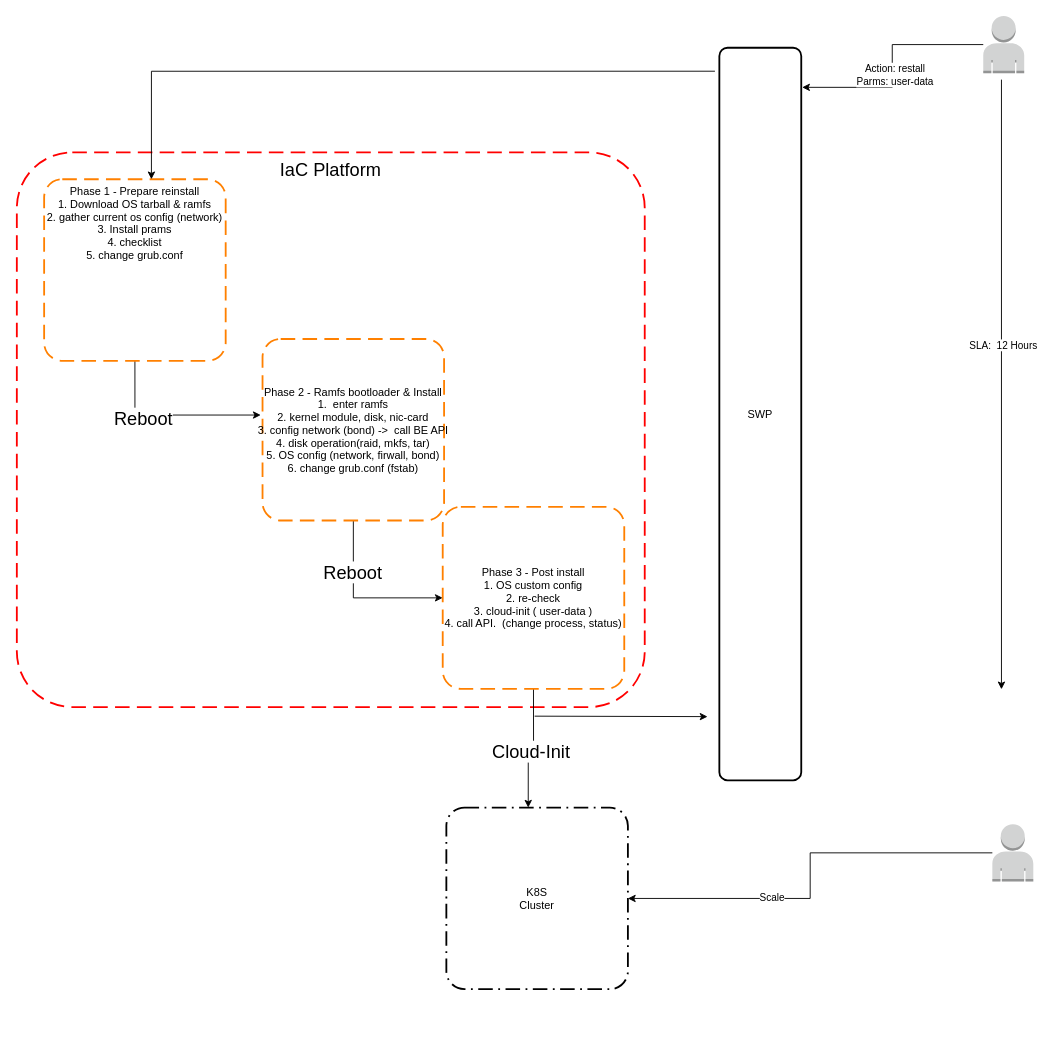
This is osinit-soft.drawio from airdb/drawio, a draw.io file, before an edit. Source tidied: cells renumbered, new cells numbered last; positions are measured from the earlier drawing's top-left corner, leaving out a move shared by most shapes. Both pictures are drawn from the tidied source at 91%, with x=0, y=0 at pixel (16, 15).
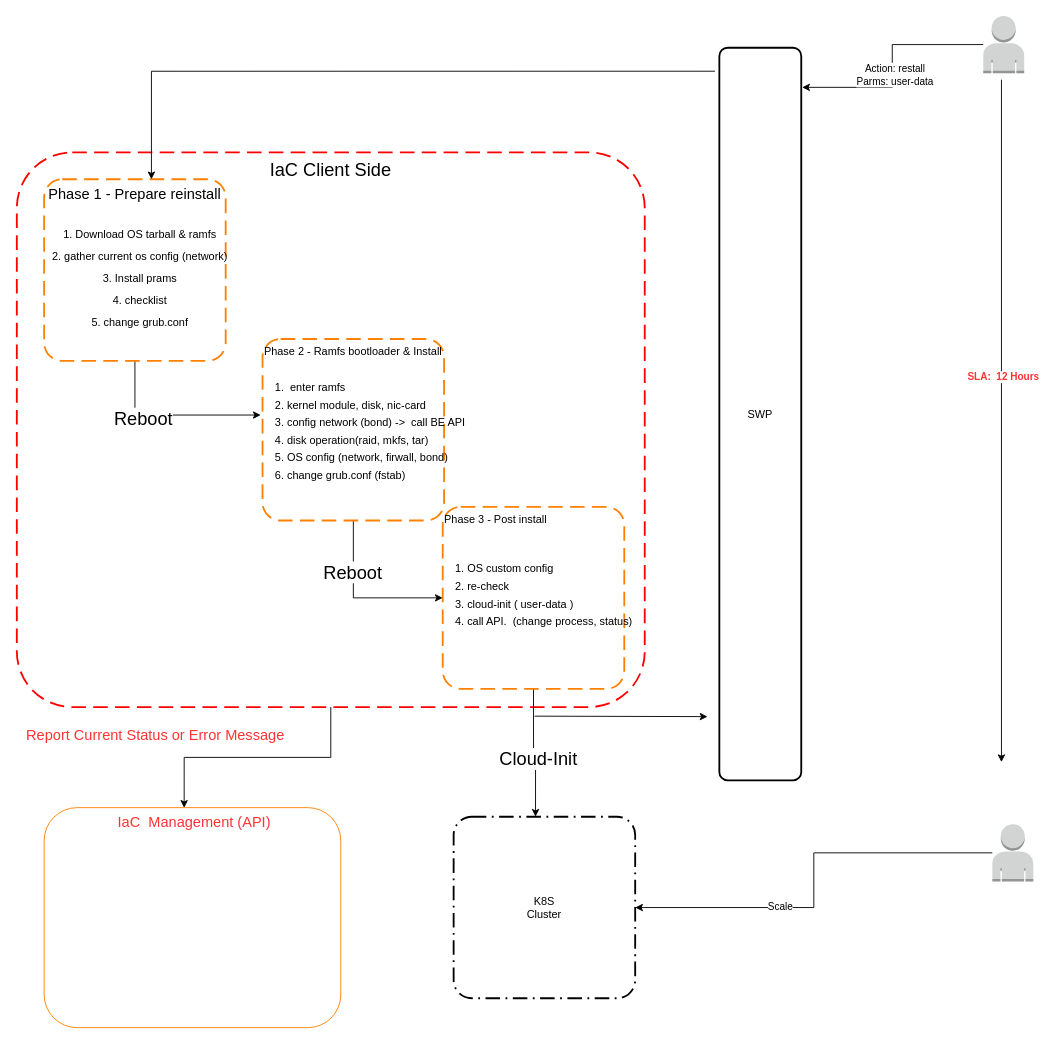
After the change.

Diff of the diagram source:
```diff
@@
+    <mxCell id="24" value="Report Current Status or Error Message" style="edgeStyle=orthogonalEdgeStyle;rounded=0;jettySize=auto;html=1;entryX=0.472;entryY=0.001;entryDx=0;entryDy=0;entryPerimeter=0;fontSize=16;fontColor=#FF3333;" parent="1" edge="1" source="2" target="28">
+      <mxGeometry x="0.59" y="-40" relative="1" as="geometry">
+        <mxPoint x="8" y="-24" as="offset" />
+      </mxGeometry>
+    </mxCell>
-    <mxCell id="2" value="IaC Platform" style="rounded=1;arcSize=10;dashed=1;strokeColor=#ff0000;fillColor=none;gradientColor=none;dashPattern=8 4;strokeWidth=2;verticalAlign=top;fontSize=20;" parent="1" vertex="1">
+    <mxCell id="2" value="IaC Client Side" style="rounded=1;arcSize=10;dashed=1;strokeColor=#ff0000;fillColor=none;gradientColor=none;dashPattern=8 4;strokeWidth=2;verticalAlign=top;fontSize=20;" parent="1" vertex="1">
       <mxGeometry y="150" width="690" height="609.5" as="geometry" />
     </mxCell>
@@
-    <mxCell id="5" value="Phase 2 - Ramfs bootloader &amp; Install&#10;1.  enter ramfs&#10;2. kernel module, disk, nic-card&#10;3. config network (bond) -&gt;  call BE API&#10;4. disk operation(raid, mkfs, tar)&#10;5. OS config (network, firwall, bond)&#10;6. change grub.conf (fstab)" style="rounded=1;arcSize=10;dashed=1;strokeColor=#FF8000;fillColor=none;gradientColor=none;dashPattern=8 4;strokeWidth=2;" parent="1" vertex="1">
+    <mxCell id="5" value="Phase 2 - Ramfs bootloader &amp; Install&#10;" style="rounded=1;arcSize=10;dashed=1;strokeColor=#FF8000;fillColor=none;gradientColor=none;dashPattern=8 4;strokeWidth=2;verticalAlign=top;" parent="1" vertex="1">
       <mxGeometry x="270" y="355" width="199.5" height="199.5" as="geometry" />
     </mxCell>
@@
-    <mxCell id="8" value="Phase 1 - Prepare reinstall&#10;1. Download OS tarball &amp; ramfs&#10;2. gather current os config (network)&#10;3. Install prams&#10;4. checklist&#10;5. change grub.conf" style="rounded=1;arcSize=10;dashed=1;strokeColor=#FF8000;fillColor=none;gradientColor=none;dashPattern=8 4;strokeWidth=2;verticalAlign=top;" parent="1" vertex="1">
+    <mxCell id="8" value="Phase 1 - Prepare reinstall&#10;" style="rounded=1;arcSize=10;dashed=1;strokeColor=#FF8000;fillColor=none;gradientColor=none;dashPattern=8 4;strokeWidth=2;verticalAlign=top;fontSize=16;" parent="1" vertex="1">
       <mxGeometry x="30" y="179.5" width="199.5" height="199.5" as="geometry" />
     </mxCell>
@@
-    <mxCell id="11" value="Phase 3 - Post install&#10;1. OS custom config&#10;2. re-check&#10;3. cloud-init ( user-data )&#10;4. call API.  (change process, status)" style="rounded=1;arcSize=10;dashed=1;strokeColor=#FF8000;fillColor=none;gradientColor=none;dashPattern=8 4;strokeWidth=2;" parent="1" vertex="1">
+    <mxCell id="11" value="Phase 3 - Post install&#10;" style="rounded=1;arcSize=10;dashed=1;strokeColor=#FF8000;fillColor=none;gradientColor=none;dashPattern=8 4;strokeWidth=2;align=left;verticalAlign=top;" parent="1" vertex="1">
       <mxGeometry x="468" y="539.5" width="199.5" height="200" as="geometry" />
     </mxCell>
     <mxCell id="12" value="K8S&#10;Cluster" style="rounded=1;arcSize=10;dashed=1;fillColor=none;gradientColor=none;dashPattern=8 3 1 3;strokeWidth=2;" parent="1" vertex="1">
-      <mxGeometry x="472" y="870" width="199.5" height="199.5" as="geometry" />
+      <mxGeometry x="480" y="880" width="199.5" height="199.5" as="geometry" />
     </mxCell>
@@
     <mxCell id="21" style="endArrow=classic;html=1;rounded=0;" parent="1" edge="1">
       <mxGeometry relative="1" as="geometry">
         <mxPoint x="1082" y="70" as="sourcePoint" />
-        <mxPoint x="1082" y="740" as="targetPoint" />
+        <mxPoint x="1082" y="820" as="targetPoint" />
       </mxGeometry>
     </mxCell>
-    <mxCell id="22" value="SLA:&amp;nbsp; 12 Hours" style="edgeLabel;html=1;align=center;verticalAlign=middle;" parent="21" vertex="1">
+    <mxCell id="22" value="&lt;font color=&quot;#ff3333&quot;&gt;&lt;b&gt;SLA:&amp;nbsp; 12 Hours&lt;/b&gt;&lt;/font&gt;" style="edgeLabel;html=1;align=center;verticalAlign=middle;" parent="21" vertex="1">
       <mxGeometry x="-0.13" y="1" relative="1" as="geometry" />
     </mxCell>
@@
+    <mxCell id="25" value="&lt;span style=&quot;color: rgb(0 , 0 , 0) ; font-size: 12px&quot;&gt;1. Download OS tarball &amp;amp; ramfs&lt;/span&gt;&lt;br style=&quot;padding: 0px ; margin: 0px ; color: rgb(0 , 0 , 0) ; font-size: 12px&quot;&gt;&lt;span style=&quot;color: rgb(0 , 0 , 0) ; font-size: 12px&quot;&gt;2. gather current os config (network)&lt;/span&gt;&lt;br style=&quot;padding: 0px ; margin: 0px ; color: rgb(0 , 0 , 0) ; font-size: 12px&quot;&gt;&lt;span style=&quot;color: rgb(0 , 0 , 0) ; font-size: 12px&quot;&gt;3. Install prams&lt;/span&gt;&lt;br style=&quot;padding: 0px ; margin: 0px ; color: rgb(0 , 0 , 0) ; font-size: 12px&quot;&gt;&lt;span style=&quot;color: rgb(0 , 0 , 0) ; font-size: 12px&quot;&gt;4. checklist&lt;/span&gt;&lt;br style=&quot;padding: 0px ; margin: 0px ; color: rgb(0 , 0 , 0) ; font-size: 12px&quot;&gt;&lt;span style=&quot;color: rgb(0 , 0 , 0) ; font-size: 12px&quot;&gt;5. change grub.conf&lt;/span&gt;" style="text;html=1;align=center;verticalAlign=middle;strokeColor=none;fillColor=none;fontSize=20;fontColor=#FF3333;" parent="1" vertex="1">
+      <mxGeometry x="30" y="215" width="210" height="140" as="geometry" />
+    </mxCell>
+    <mxCell id="26" value="&lt;span style=&quot;color: rgb(0 , 0 , 0) ; font-size: 12px&quot;&gt;1.&amp;nbsp; enter ramfs&lt;/span&gt;&lt;br style=&quot;padding: 0px ; margin: 0px ; color: rgb(0 , 0 , 0) ; font-size: 12px&quot;&gt;&lt;span style=&quot;color: rgb(0 , 0 , 0) ; font-size: 12px&quot;&gt;2. kernel module, disk, nic-card&lt;/span&gt;&lt;br style=&quot;padding: 0px ; margin: 0px ; color: rgb(0 , 0 , 0) ; font-size: 12px&quot;&gt;&lt;span style=&quot;color: rgb(0 , 0 , 0) ; font-size: 12px&quot;&gt;3. config network (bond) -&amp;gt;&amp;nbsp; call BE API&lt;/span&gt;&lt;br style=&quot;padding: 0px ; margin: 0px ; color: rgb(0 , 0 , 0) ; font-size: 12px&quot;&gt;&lt;span style=&quot;color: rgb(0 , 0 , 0) ; font-size: 12px&quot;&gt;4. disk operation(raid, mkfs, tar)&lt;/span&gt;&lt;br style=&quot;padding: 0px ; margin: 0px ; color: rgb(0 , 0 , 0) ; font-size: 12px&quot;&gt;&lt;span style=&quot;color: rgb(0 , 0 , 0) ; font-size: 12px&quot;&gt;5. OS config (network, firwall, bond)&lt;/span&gt;&lt;br style=&quot;padding: 0px ; margin: 0px ; color: rgb(0 , 0 , 0) ; font-size: 12px&quot;&gt;&lt;span style=&quot;color: rgb(0 , 0 , 0) ; font-size: 12px&quot;&gt;6. change grub.conf (fstab)&lt;/span&gt;" style="text;html=1;align=left;verticalAlign=middle;strokeColor=none;fillColor=none;fontSize=16;fontColor=#FF3333;" parent="1" vertex="1">
+      <mxGeometry x="282" y="389.8" width="220" height="130" as="geometry" />
+    </mxCell>
+    <mxCell id="27" value="&lt;span style=&quot;color: rgb(0 , 0 , 0) ; font-size: 12px&quot;&gt;1. OS custom config&lt;/span&gt;&lt;br style=&quot;padding: 0px ; margin: 0px ; color: rgb(0 , 0 , 0) ; font-size: 12px&quot;&gt;&lt;span style=&quot;color: rgb(0 , 0 , 0) ; font-size: 12px&quot;&gt;2. re-check&lt;/span&gt;&lt;br style=&quot;padding: 0px ; margin: 0px ; color: rgb(0 , 0 , 0) ; font-size: 12px&quot;&gt;&lt;span style=&quot;color: rgb(0 , 0 , 0) ; font-size: 12px&quot;&gt;3. cloud-init ( user-data )&lt;/span&gt;&lt;br style=&quot;padding: 0px ; margin: 0px ; color: rgb(0 , 0 , 0) ; font-size: 12px&quot;&gt;&lt;span style=&quot;color: rgb(0 , 0 , 0) ; font-size: 12px&quot;&gt;4. call API.&amp;nbsp; (change process, status)&lt;/span&gt;" style="text;html=1;align=left;verticalAlign=middle;strokeColor=none;fillColor=none;fontSize=16;fontColor=#FF3333;" parent="1" vertex="1">
+      <mxGeometry x="480" y="590" width="210" height="90" as="geometry" />
+    </mxCell>
+    <mxCell id="28" value="&amp;nbsp;IaC&amp;nbsp; Management (API)" style="rounded=1;whiteSpace=wrap;html=1;fontSize=16;fontColor=#FF3333;strokeColor=#FF8000;fillColor=#FFFFFF;align=center;verticalAlign=top;" parent="1" vertex="1">
+      <mxGeometry x="30" y="870" width="326" height="241.8" as="geometry" />
+    </mxCell>
```
